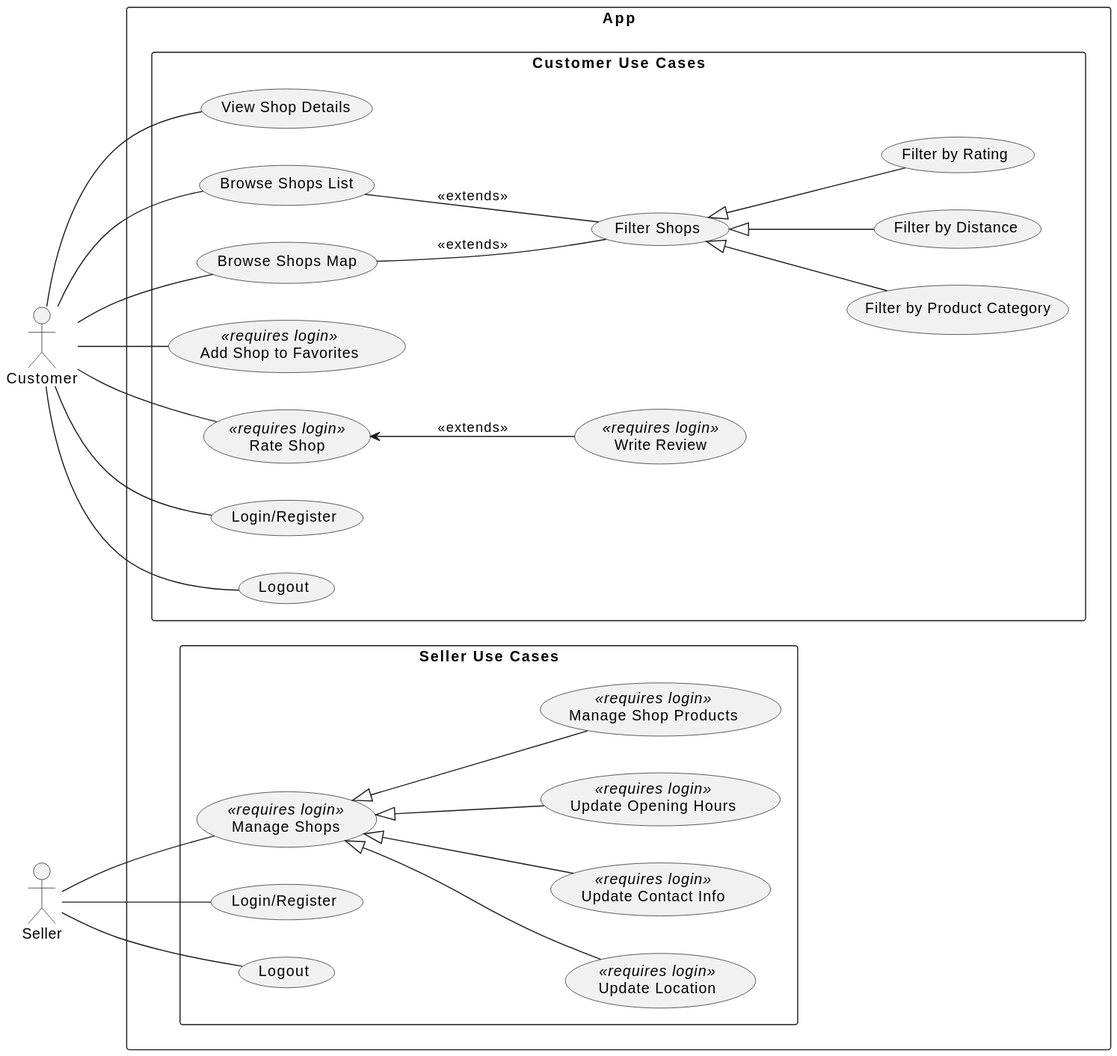
Before: docs/diagram-img/use_case_diagram.svg, a diagram exported from PlantUML (tondracek/my-farmer).
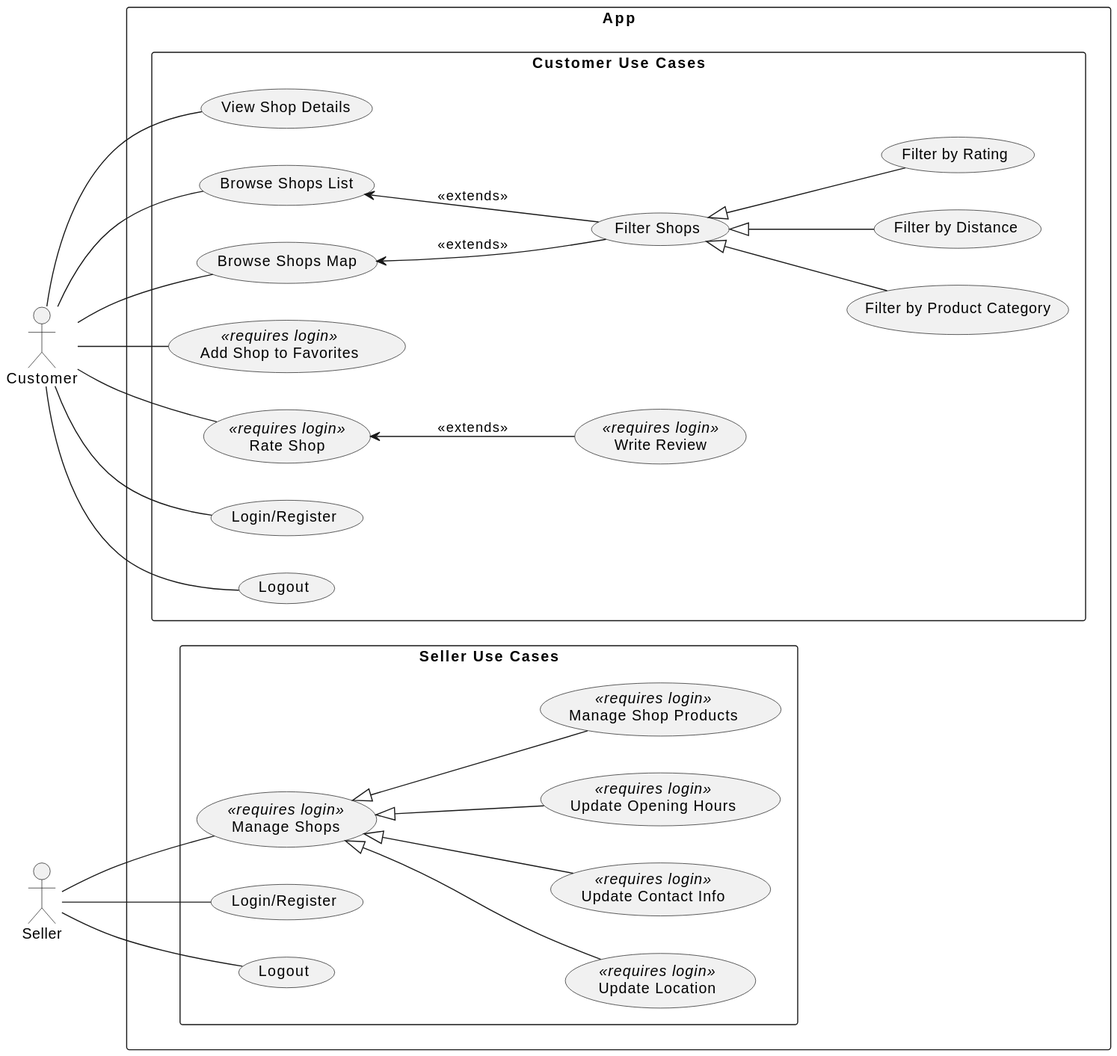
The same diagram one commit later.

Commit message:
🖼️ Auto-update UML diagrams

Diff of the diagram source:
```diff
@@ -27,8 +27,8 @@
     Customer -- BrowseShopsList
     Customer -- BrowseShopsMap
 
-    BrowseShopsList -- FilterShops : <<extends>>
-    BrowseShopsMap -- FilterShops : <<extends>>
+    BrowseShopsList <-- FilterShops : <<extends>>
+    BrowseShopsMap <-- FilterShops : <<extends>>
 
     FilterShops <|-- FilterByProductCategory
     FilterShops <|-- FilterByDistance
```
